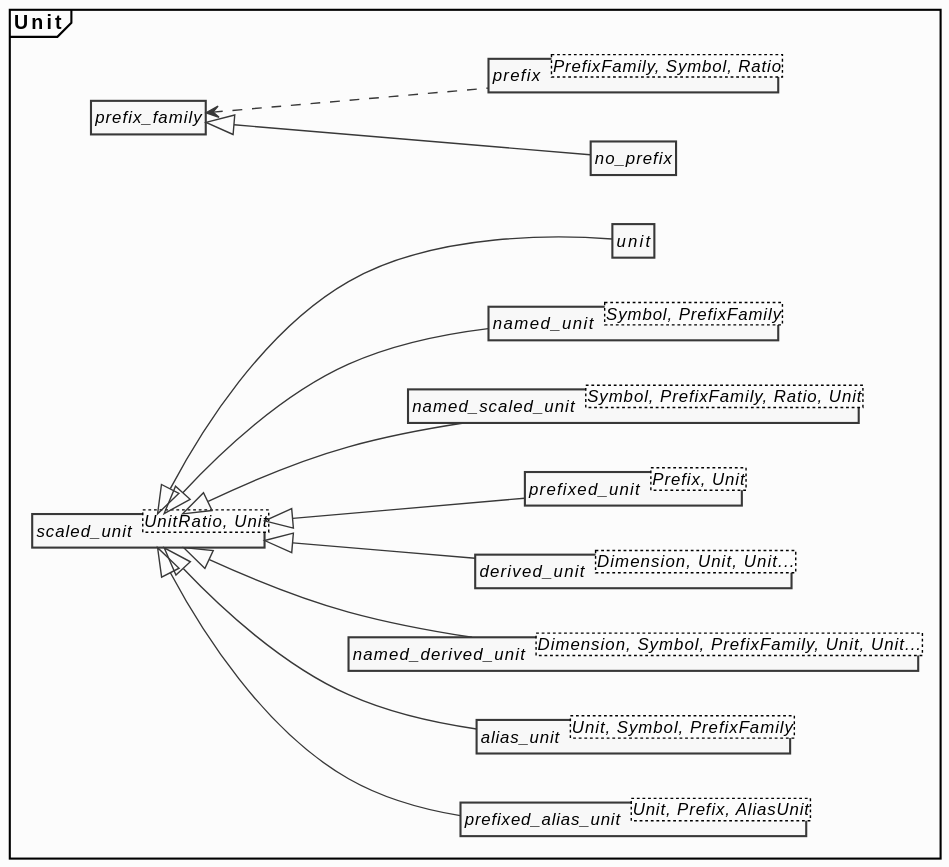
This is docs/_static/img/units.svg from mpusz/mp-units, a PlantUML export, as it was before one commit. The source it was exported from:
```plantuml
@startuml
skinparam monochrome true
skinparam shadowing false
skinparam backgroundColor #fcfcfc

hide members
hide circle

left to right direction

package Unit <<Frame>> [[../../framework/units.html]] {
  abstract prefix_family [[../../framework/units.html#prefixed-unit]]
  abstract no_prefix [[../../framework/units.html#named-scaled-units]]
  abstract prefix<PrefixFamily, Symbol, Ratio> [[../../framework/units.html#prefixed-unit]]

  prefix_family <|-- no_prefix
  prefix_family <.. prefix



  abstract scaled_unit<UnitRatio, Unit>

  abstract prefixed_alias_unit<Unit, Prefix, AliasUnit> [[../../framework/units.html#aliased-units]]
  abstract alias_unit<Unit, Symbol, PrefixFamily> [[../../framework/units.html#aliased-units]]
  abstract named_derived_unit<Dimension, Symbol, PrefixFamily, Unit, Unit...> [[../../framework/units.html#derived-scaled-units]]
  abstract derived_unit<Dimension, Unit, Unit...> [[../../framework/units.html#derived-scaled-units]]
  abstract prefixed_unit<Prefix, Unit> [[../../framework/units.html#prefixed-unit]]
  abstract named_scaled_unit<Symbol, PrefixFamily, Ratio, Unit> [[../../framework/units.html#named-scaled-units]]
  abstract named_unit<Symbol, PrefixFamily> [[../../framework/units.html#base-units]]
  abstract unit [[../../framework/units.html#derived-unnamed-units]]

  scaled_unit <|-- unit
  scaled_unit <|-- named_unit
  scaled_unit <|-- named_scaled_unit
  scaled_unit <|-- prefixed_unit
  scaled_unit <|-- derived_unit
  scaled_unit <|-- named_derived_unit
  scaled_unit <|-- alias_unit
  scaled_unit <|-- prefixed_alias_unit
}
@enduml
```
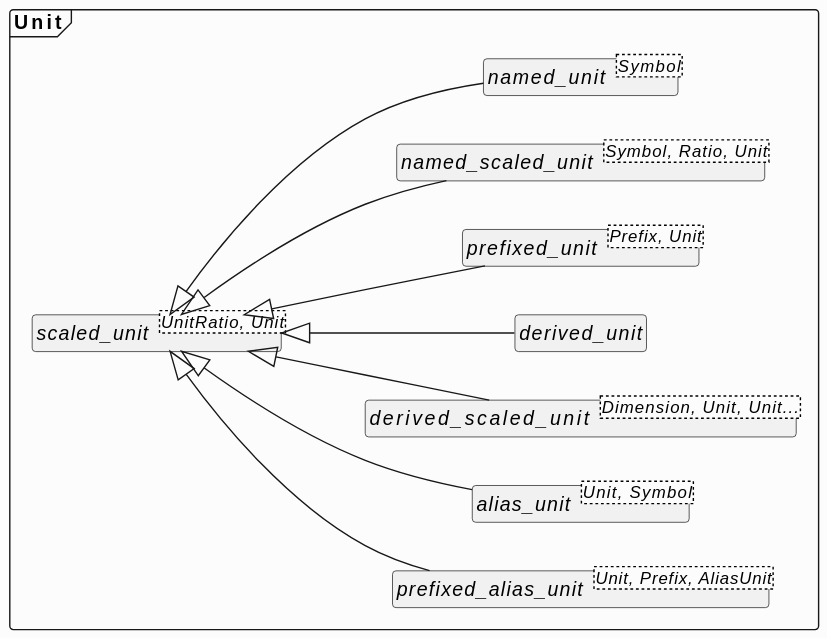
Later version of the same file.

Commit message:
docs: project documentation updated with the latest unit-related changes

The edit, as a diff of the source:
```diff
@@ -1,41 +1,31 @@
 @startuml
 skinparam monochrome true
-skinparam shadowing false
-skinparam backgroundColor #fcfcfc
+    skinparam shadowing false
+    skinparam backgroundColor #fcfcfc
 
-hide members
-hide circle
+    hide members
+    hide circle
 
-left to right direction
+    left to right direction
 
-package Unit <<Frame>> [[../../framework/units.html]] {
-  abstract prefix_family [[../../framework/units.html#prefixed-unit]]
-  abstract no_prefix [[../../framework/units.html#named-scaled-units]]
-  abstract prefix<PrefixFamily, Symbol, Ratio> [[../../framework/units.html#prefixed-unit]]
+    package Unit <<Frame>> [[../../framework/units.html]] {
 
-  prefix_family <|-- no_prefix
-  prefix_family <.. prefix
+    abstract scaled_unit<UnitRatio, Unit>
 
+    abstract prefixed_alias_unit<Unit, Prefix, AliasUnit> [[../../framework/units.html#aliased-units]]
+    abstract alias_unit<Unit, Symbol> [[../../framework/units.html#aliased-units]]
+    abstract derived_scaled_unit<Dimension, Unit, Unit...> [[../../framework/units.html#derived-scaled-units]]
+    abstract derived_unit [[../../framework/units.html#derived-unnamed-units]]
+    abstract prefixed_unit<Prefix, Unit> [[../../framework/units.html#prefixed-unit]]
+    abstract named_scaled_unit<Symbol, Ratio, Unit> [[../../framework/units.html#named-scaled-units]]
+    abstract named_unit<Symbol> [[../../framework/units.html#base-units]]
 
-
-  abstract scaled_unit<UnitRatio, Unit>
-
-  abstract prefixed_alias_unit<Unit, Prefix, AliasUnit> [[../../framework/units.html#aliased-units]]
-  abstract alias_unit<Unit, Symbol, PrefixFamily> [[../../framework/units.html#aliased-units]]
-  abstract named_derived_unit<Dimension, Symbol, PrefixFamily, Unit, Unit...> [[../../framework/units.html#derived-scaled-units]]
-  abstract derived_unit<Dimension, Unit, Unit...> [[../../framework/units.html#derived-scaled-units]]
-  abstract prefixed_unit<Prefix, Unit> [[../../framework/units.html#prefixed-unit]]
-  abstract named_scaled_unit<Symbol, PrefixFamily, Ratio, Unit> [[../../framework/units.html#named-scaled-units]]
-  abstract named_unit<Symbol, PrefixFamily> [[../../framework/units.html#base-units]]
-  abstract unit [[../../framework/units.html#derived-unnamed-units]]
-
-  scaled_unit <|-- unit
-  scaled_unit <|-- named_unit
-  scaled_unit <|-- named_scaled_unit
-  scaled_unit <|-- prefixed_unit
-  scaled_unit <|-- derived_unit
-  scaled_unit <|-- named_derived_unit
-  scaled_unit <|-- alias_unit
-  scaled_unit <|-- prefixed_alias_unit
-}
+    scaled_unit <|-- named_unit
+    scaled_unit <|-- named_scaled_unit
+    scaled_unit <|-- prefixed_unit
+    scaled_unit <|-- derived_unit
+    scaled_unit <|-- derived_scaled_unit
+    scaled_unit <|-- alias_unit
+    scaled_unit <|-- prefixed_alias_unit
+    }
 @enduml
```
